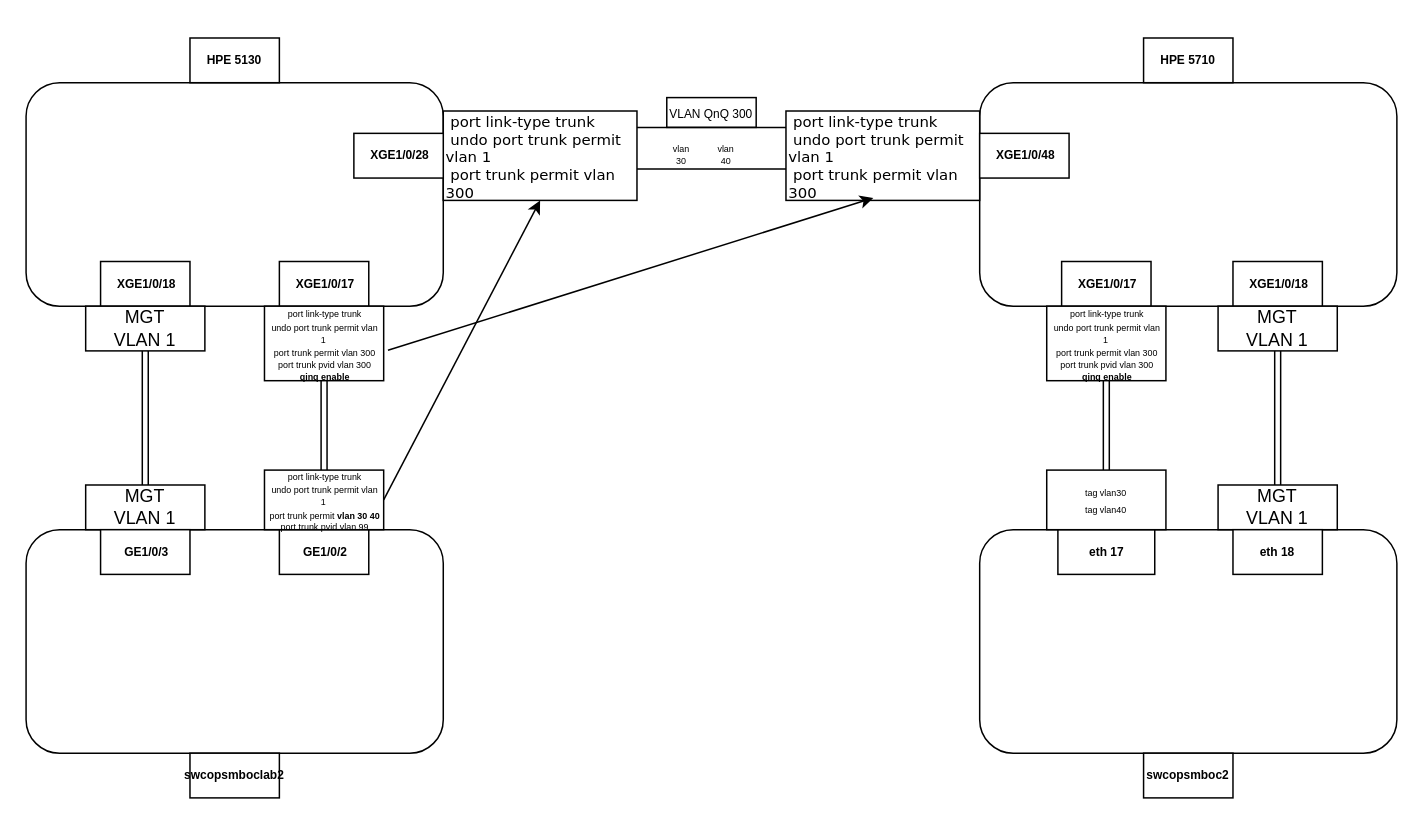
The draw.io diagram LAB-QnQ.drawio in Vish22/drawio, before the edit. Source tidied: cells renumbered, new cells numbered last; positions are measured from the earlier drawing's top-left corner, leaving out a move shared by most shapes. Both pictures are drawn from the tidied source at 149%, with x=0, y=0 at pixel (25, 37).
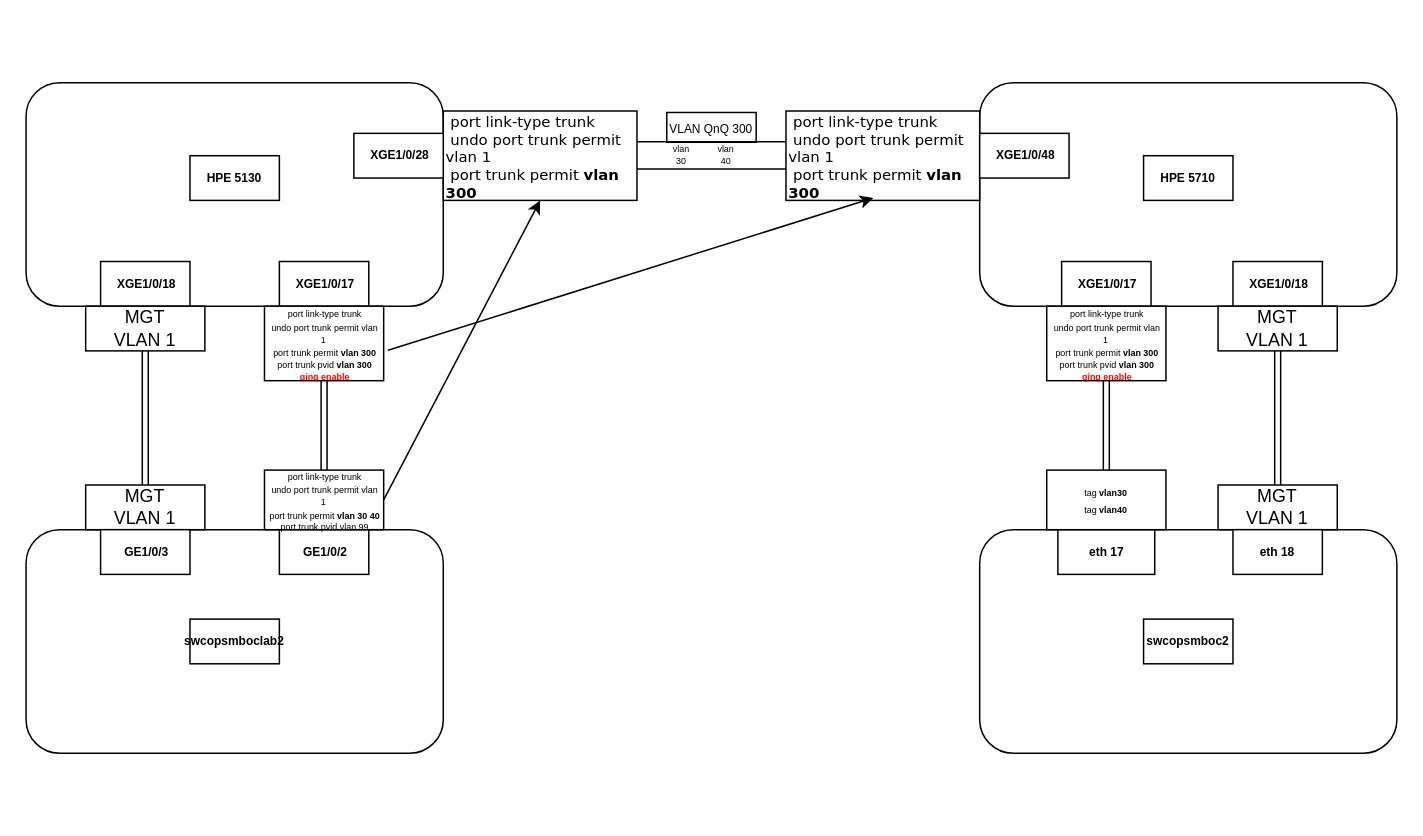
Above is the later version.

Commit message:
Mettre à jour LAB-QnQ.drawio

The change refers to these unchanged cells:
```xml
<mxCell id="2" style="group;" parent="1" vertex="1">
  <mxGeometry width="920" height="515" as="geometry" />
</mxCell>
<mxCell id="7" style="group;" parent="2" vertex="1">
  <mxGeometry x="220" y="44" width="480" height="65" as="geometry" />
</mxCell>
<mxCell id="11" style="group;" parent="10" vertex="1">
  <mxGeometry width="60" height="30" as="geometry" />
</mxCell>
<mxCell id="24" style="group;" parent="2" vertex="1">
  <mxGeometry x="160" y="150" width="80" height="80" as="geometry" />
</mxCell>
<mxCell id="27" style="group;" parent="2" vertex="1">
  <mxGeometry x="685" y="150" width="80" height="80" as="geometry" />
</mxCell>
```

Diff of the diagram source:
```diff
@@
     <mxCell id="4" value="&lt;h6&gt;HPE 5130&lt;/h6&gt;" style="text;html=1;align=center;verticalAlign=middle;whiteSpace=wrap;rounded=0;fillColor=default;strokeColor=default;" parent="2" vertex="1">
-      <mxGeometry x="110" width="60" height="30" as="geometry" />
+      <mxGeometry x="110" y="79" width="60" height="30" as="geometry" />
     </mxCell>
@@
     <mxCell id="6" value="&lt;h6&gt;HPE 5710&lt;/h6&gt;" style="text;html=1;align=center;verticalAlign=middle;whiteSpace=wrap;rounded=0;fillColor=default;strokeColor=default;" parent="2" vertex="1">
-      <mxGeometry x="750" width="60" height="30" as="geometry" />
+      <mxGeometry x="750" y="79" width="60" height="30" as="geometry" />
     </mxCell>
@@
-    <mxCell id="8" value="&lt;div style=&quot;line-height: 100%;&quot;&gt;&lt;div&gt;&lt;font face=&quot;Verdana&quot; style=&quot;font-size: 10px; line-height: 100%;&quot;&gt;&amp;nbsp;port link-type trunk&lt;/font&gt;&lt;/div&gt;&lt;div&gt;&lt;font face=&quot;Verdana&quot; style=&quot;font-size: 10px; line-height: 100%;&quot;&gt;&amp;nbsp;undo port trunk permit vlan 1&lt;/font&gt;&lt;/div&gt;&lt;div&gt;&lt;font face=&quot;Verdana&quot; style=&quot;font-size: 10px; line-height: 100%;&quot;&gt;&amp;nbsp;port trunk permit vlan 300&lt;/font&gt;&lt;/div&gt;&lt;/div&gt;" style="rounded=0;whiteSpace=wrap;html=1;align=left;" parent="7" vertex="1">
+    <mxCell id="8" value="&lt;div style=&quot;line-height: 100%;&quot;&gt;&lt;div&gt;&lt;font face=&quot;Verdana&quot; style=&quot;font-size: 10px; line-height: 100%;&quot;&gt;&amp;nbsp;port link-type trunk&lt;/font&gt;&lt;/div&gt;&lt;div&gt;&lt;font face=&quot;Verdana&quot; style=&quot;font-size: 10px; line-height: 100%;&quot;&gt;&amp;nbsp;undo port trunk permit vlan 1&lt;/font&gt;&lt;/div&gt;&lt;div&gt;&lt;font face=&quot;Verdana&quot; style=&quot;font-size: 10px; line-height: 100%;&quot;&gt;&amp;nbsp;port trunk permit &lt;b&gt;vlan 300&lt;/b&gt;&lt;/font&gt;&lt;/div&gt;&lt;/div&gt;" style="rounded=0;whiteSpace=wrap;html=1;align=left;" parent="7" vertex="1">
       <mxGeometry x="60" y="5" width="130" height="60" as="geometry" />
     </mxCell>
@@
     <mxCell id="12" value="&lt;font style=&quot;font-size: 8px;&quot;&gt;VLAN QnQ 300&lt;/font&gt;" style="text;html=1;align=center;verticalAlign=middle;whiteSpace=wrap;rounded=0;fillColor=default;strokeColor=default;" parent="11" vertex="1">
-      <mxGeometry y="-4" width="60" height="20" as="geometry" />
+      <mxGeometry y="6" width="60" height="20" as="geometry" />
     </mxCell>
@@
-    <mxCell id="15" value="&lt;div style=&quot;line-height: 100%;&quot;&gt;&lt;div&gt;&lt;font face=&quot;Verdana&quot; style=&quot;font-size: 10px; line-height: 100%;&quot;&gt;&amp;nbsp;port link-type trunk&lt;/font&gt;&lt;/div&gt;&lt;div&gt;&lt;font face=&quot;Verdana&quot; style=&quot;font-size: 10px; line-height: 100%;&quot;&gt;&amp;nbsp;undo port trunk permit vlan 1&lt;/font&gt;&lt;/div&gt;&lt;div&gt;&lt;font face=&quot;Verdana&quot; style=&quot;font-size: 10px; line-height: 100%;&quot;&gt;&amp;nbsp;port trunk permit vlan 300&lt;/font&gt;&lt;/div&gt;&lt;/div&gt;" style="rounded=0;whiteSpace=wrap;html=1;align=left;" parent="7" vertex="1">
+    <mxCell id="15" value="&lt;div style=&quot;line-height: 100%;&quot;&gt;&lt;div&gt;&lt;font face=&quot;Verdana&quot; style=&quot;font-size: 10px; line-height: 100%;&quot;&gt;&amp;nbsp;port link-type trunk&lt;/font&gt;&lt;/div&gt;&lt;div&gt;&lt;font face=&quot;Verdana&quot; style=&quot;font-size: 10px; line-height: 100%;&quot;&gt;&amp;nbsp;undo port trunk permit vlan 1&lt;/font&gt;&lt;/div&gt;&lt;div&gt;&lt;font face=&quot;Verdana&quot; style=&quot;font-size: 10px; line-height: 100%;&quot;&gt;&amp;nbsp;port trunk permit &lt;b&gt;vlan 300&lt;/b&gt;&lt;/font&gt;&lt;/div&gt;&lt;/div&gt;" style="rounded=0;whiteSpace=wrap;html=1;align=left;" parent="7" vertex="1">
       <mxGeometry x="290" y="5" width="130" height="60" as="geometry" />
     </mxCell>
@@
-    <mxCell id="17" style="edgeStyle=orthogonalEdgeStyle;rounded=0;jettySize=auto;html=1;shape=link;strokeWidth=1;strokeColor=default;width=27.714285714285715;" parent="7" edge="1" source="15" target="8">
+    <mxCell id="17" style="edgeStyle=orthogonalEdgeStyle;rounded=0;orthogonalLoop=1;jettySize=auto;html=1;shape=link;strokeWidth=1;strokeColor=default;width=18.292682926829272;" parent="7" edge="1">
       <mxGeometry relative="1" as="geometry">
+        <mxPoint x="290" y="34.8" as="sourcePoint" />
+        <mxPoint x="190" y="34.8" as="targetPoint" />
         <Array as="points">
-          <mxPoint x="250" y="30" />
-          <mxPoint x="250" y="30" />
+          <mxPoint x="250" y="34.8" />
+          <mxPoint x="250" y="34.8" />
         </Array>
       </mxGeometry>
     </mxCell>
@@
-    <mxCell id="26" value="&lt;div style=&quot;line-height: 70%;&quot;&gt;&lt;div&gt;&lt;font style=&quot;font-size: 6px; line-height: 70%;&quot;&gt;&amp;nbsp;port link-type trunk&lt;/font&gt;&lt;/div&gt;&lt;div&gt;&lt;font style=&quot;font-size: 6px; line-height: 70%;&quot;&gt;&amp;nbsp;undo port trunk permit vlan 1&lt;/font&gt;&lt;/div&gt;&lt;div&gt;&lt;font style=&quot;font-size: 6px; line-height: 70%;&quot;&gt;&amp;nbsp;port trunk permit vlan 300&lt;/font&gt;&lt;/div&gt;&lt;div&gt;&lt;font style=&quot;font-size: 6px; line-height: 70%;&quot;&gt;&amp;nbsp;port trunk pvid vlan 300&lt;/font&gt;&lt;/div&gt;&lt;div&gt;&lt;font style=&quot;font-size: 6px; line-height: 70%;&quot;&gt;&lt;b&gt;&amp;nbsp;qinq enable&lt;/b&gt;&lt;/font&gt;&lt;/div&gt;&lt;/div&gt;" style="text;html=1;align=center;verticalAlign=middle;whiteSpace=wrap;rounded=0;fillColor=default;strokeColor=default;" parent="24" vertex="1">
+    <mxCell id="26" value="&lt;div style=&quot;line-height: 70%;&quot;&gt;&lt;div&gt;&lt;font style=&quot;font-size: 6px; line-height: 70%;&quot;&gt;&amp;nbsp;port link-type trunk&lt;/font&gt;&lt;/div&gt;&lt;div&gt;&lt;font style=&quot;font-size: 6px; line-height: 70%;&quot;&gt;&amp;nbsp;undo port trunk permit vlan 1&lt;/font&gt;&lt;/div&gt;&lt;div&gt;&lt;font style=&quot;font-size: 6px; line-height: 70%;&quot;&gt;&amp;nbsp;port trunk permit &lt;b&gt;vlan 300&lt;/b&gt;&lt;/font&gt;&lt;/div&gt;&lt;div&gt;&lt;font style=&quot;font-size: 6px; line-height: 70%;&quot;&gt;&amp;nbsp;port trunk pvid &lt;b&gt;vlan 300&lt;/b&gt;&lt;/font&gt;&lt;/div&gt;&lt;div&gt;&lt;font style=&quot;font-size: 6px; line-height: 70%; color: rgb(255, 0, 0);&quot;&gt;&lt;b&gt;&amp;nbsp;qinq enable&lt;/b&gt;&lt;/font&gt;&lt;/div&gt;&lt;/div&gt;" style="text;html=1;align=center;verticalAlign=middle;whiteSpace=wrap;rounded=0;fillColor=default;strokeColor=default;" parent="24" vertex="1">
       <mxGeometry y="30" width="80" height="50" as="geometry" />
     </mxCell>
@@
-    <mxCell id="29" value="&lt;div style=&quot;line-height: 70%;&quot;&gt;&lt;div&gt;&lt;font style=&quot;font-size: 6px; line-height: 70%;&quot;&gt;&amp;nbsp;port link-type trunk&lt;/font&gt;&lt;/div&gt;&lt;div&gt;&lt;font style=&quot;font-size: 6px; line-height: 70%;&quot;&gt;&amp;nbsp;undo port trunk permit vlan 1&lt;/font&gt;&lt;/div&gt;&lt;div&gt;&lt;font style=&quot;font-size: 6px; line-height: 70%;&quot;&gt;&amp;nbsp;port trunk permit vlan 300&lt;/font&gt;&lt;/div&gt;&lt;div&gt;&lt;font style=&quot;font-size: 6px; line-height: 70%;&quot;&gt;&amp;nbsp;port trunk pvid vlan 300&lt;/font&gt;&lt;/div&gt;&lt;div&gt;&lt;font style=&quot;font-size: 6px; line-height: 70%;&quot;&gt;&lt;b&gt;&amp;nbsp;qinq enable&lt;/b&gt;&lt;/font&gt;&lt;/div&gt;&lt;/div&gt;" style="text;html=1;align=center;verticalAlign=middle;whiteSpace=wrap;rounded=0;fillColor=default;strokeColor=default;" parent="27" vertex="1">
+    <mxCell id="29" value="&lt;div style=&quot;line-height: 70%;&quot;&gt;&lt;div&gt;&lt;font style=&quot;font-size: 6px; line-height: 70%;&quot;&gt;&amp;nbsp;port link-type trunk&lt;/font&gt;&lt;/div&gt;&lt;div&gt;&lt;font style=&quot;font-size: 6px; line-height: 70%;&quot;&gt;&amp;nbsp;undo port trunk permit vlan 1&lt;/font&gt;&lt;/div&gt;&lt;div&gt;&lt;font style=&quot;font-size: 6px; line-height: 70%;&quot;&gt;&amp;nbsp;port trunk permit &lt;b&gt;vlan 300&lt;/b&gt;&lt;/font&gt;&lt;/div&gt;&lt;div&gt;&lt;font style=&quot;font-size: 6px; line-height: 70%;&quot;&gt;&amp;nbsp;port trunk pvid &lt;b&gt;vlan 300&lt;/b&gt;&lt;/font&gt;&lt;/div&gt;&lt;div&gt;&lt;font style=&quot;font-size: 6px; line-height: 70%; color: rgb(255, 0, 0);&quot;&gt;&lt;b&gt;&amp;nbsp;qinq enable&lt;/b&gt;&lt;/font&gt;&lt;/div&gt;&lt;/div&gt;" style="text;html=1;align=center;verticalAlign=middle;whiteSpace=wrap;rounded=0;fillColor=default;strokeColor=default;" parent="27" vertex="1">
       <mxGeometry y="30" width="80" height="50" as="geometry" />
     </mxCell>
@@
     <mxCell id="31" value="&lt;h6&gt;swcopsmboclab2&lt;/h6&gt;" style="text;html=1;align=center;verticalAlign=middle;whiteSpace=wrap;rounded=0;fillColor=default;strokeColor=default;" parent="2" vertex="1">
-      <mxGeometry x="110" y="480" width="60" height="30" as="geometry" />
+      <mxGeometry x="110" y="390" width="60" height="30" as="geometry" />
     </mxCell>
@@
     <mxCell id="39" value="&lt;h6&gt;swcopsmboc2&lt;/h6&gt;" style="text;html=1;align=center;verticalAlign=middle;whiteSpace=wrap;rounded=0;fillColor=default;strokeColor=default;" parent="2" vertex="1">
-      <mxGeometry x="750" y="480" width="60" height="30" as="geometry" />
+      <mxGeometry x="750" y="390" width="60" height="30" as="geometry" />
     </mxCell>
@@
-    <mxCell id="45" value="&lt;div style=&quot;line-height: 70%;&quot;&gt;&lt;div&gt;&lt;span style=&quot;font-size: 6px;&quot;&gt;tag vlan30&lt;/span&gt;&lt;/div&gt;&lt;div&gt;&lt;span style=&quot;font-size: 6px;&quot;&gt;tag vlan40&lt;/span&gt;&lt;/div&gt;&lt;/div&gt;" style="text;html=1;align=center;verticalAlign=middle;whiteSpace=wrap;rounded=0;fillColor=default;strokeColor=default;" parent="2" vertex="1">
+    <mxCell id="45" value="&lt;div style=&quot;line-height: 70%;&quot;&gt;&lt;div&gt;&lt;span style=&quot;font-size: 6px;&quot;&gt;tag &lt;b&gt;vlan30&lt;/b&gt;&lt;/span&gt;&lt;/div&gt;&lt;div&gt;&lt;span style=&quot;font-size: 6px;&quot;&gt;tag &lt;b&gt;vlan40&lt;/b&gt;&lt;/span&gt;&lt;/div&gt;&lt;/div&gt;" style="text;html=1;align=center;verticalAlign=middle;whiteSpace=wrap;rounded=0;fillColor=default;strokeColor=default;" parent="2" vertex="1">
       <mxGeometry x="685" y="290" width="80" height="40" as="geometry" />
     </mxCell>
```
